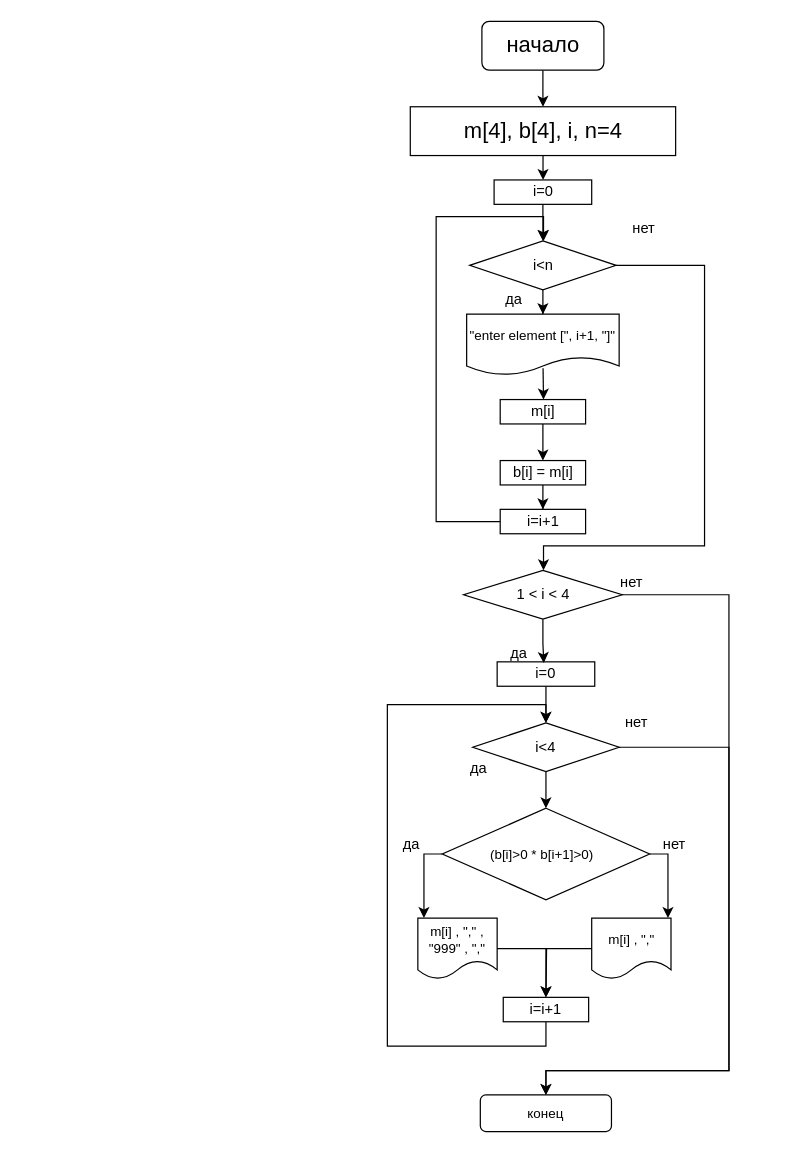
klep1koff/lifeishard keeps this draw.io diagram as 4/4.2.drawio. Above is the earlier version. Source tidied: cells renumbered, new cells numbered last; positions are measured from the earlier drawing's top-left corner, leaving out a move shared by most shapes. Both pictures are drawn from the tidied source at 122%, with x=0, y=0 at pixel (375, 21).
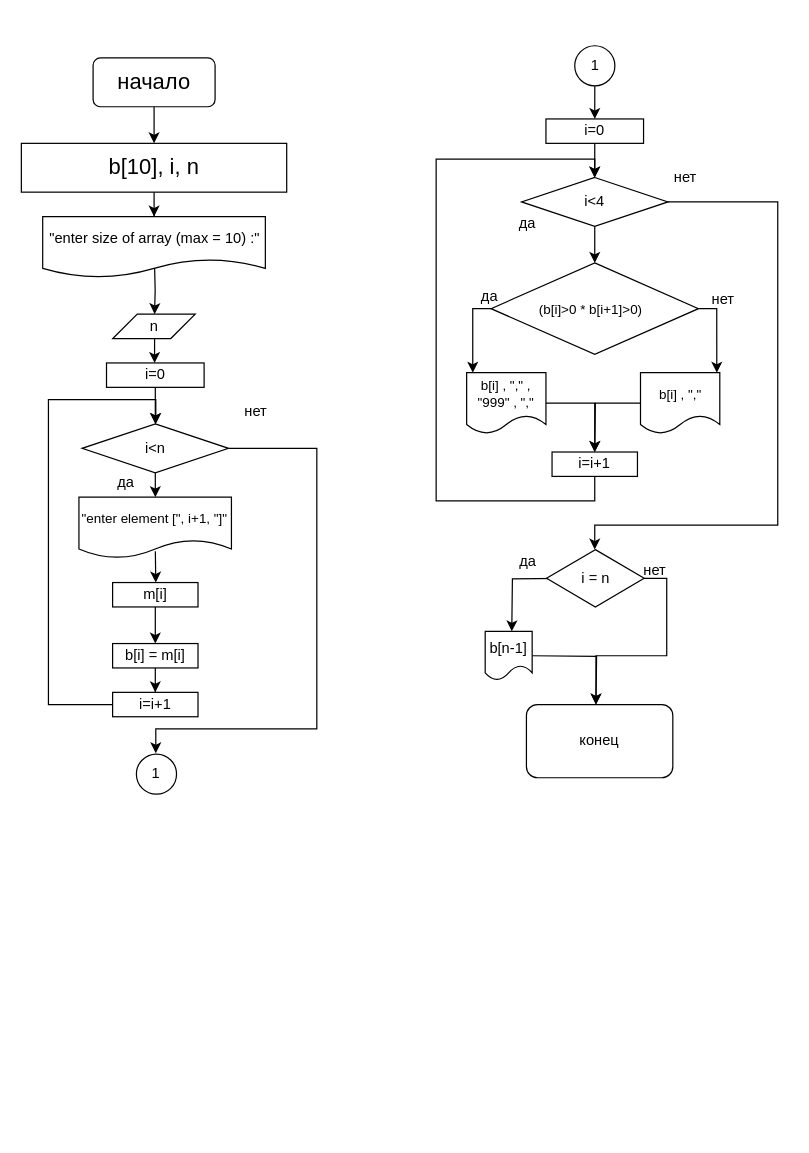
Above is the later version.

Change to the diagram source:
```diff
@@
     <mxCell id="3" value="&lt;font style=&quot;font-size: 18px&quot;&gt;начало&lt;/font&gt;" style="rounded=1;whiteSpace=wrap;html=1;" parent="1" vertex="1">
-      <mxGeometry x="87.5" width="100" height="40" as="geometry" />
+      <mxGeometry x="-231.2" y="30" width="100" height="40" as="geometry" />
     </mxCell>
-    <mxCell id="4" style="edgeStyle=orthogonalEdgeStyle;rounded=0;jettySize=auto;html=1;entryX=0.5;entryY=0;entryDx=0;entryDy=0;" parent="1" edge="1" source="5" target="26">
-      <mxGeometry relative="1" as="geometry" />
-    </mxCell>
+    <mxCell id="45" style="edgeStyle=orthogonalEdgeStyle;rounded=0;jettySize=auto;html=1;" parent="1" edge="1" source="5" target="47">
+      <mxGeometry relative="1" as="geometry" />
+    </mxCell>
-    <mxCell id="5" value="m[4], b[4], i, n=4" style="rounded=0;whiteSpace=wrap;html=1;fontSize=18;" parent="1" vertex="1">
-      <mxGeometry x="28.8" y="70" width="217.5" height="40" as="geometry" />
+    <mxCell id="5" value="b[10], i, n" style="rounded=0;whiteSpace=wrap;html=1;fontSize=18;" parent="1" vertex="1">
+      <mxGeometry x="-290" y="100" width="217.5" height="40" as="geometry" />
     </mxCell>
@@
     <mxCell id="7" value="i=0" style="whiteSpace=wrap;html=1;rounded=0;" parent="1" vertex="1">
-      <mxGeometry x="100" y="525" width="80" height="20" as="geometry" />
+      <mxGeometry x="140" y="80" width="80" height="20" as="geometry" />
     </mxCell>
@@
-    <mxCell id="9" style="edgeStyle=orthogonalEdgeStyle;rounded=0;jettySize=auto;html=1;entryX=0.5;entryY=0;entryDx=0;entryDy=0;" parent="1" edge="1" source="10" target="24">
+    <mxCell id="9" style="edgeStyle=orthogonalEdgeStyle;rounded=0;jettySize=auto;html=1;entryX=0.5;entryY=0;entryDx=0;entryDy=0;" parent="1" edge="1" source="10">
       <mxGeometry relative="1" as="geometry">
+        <mxPoint x="180" y="433" as="targetPoint" />
         <Array as="points">
-          <mxPoint x="290" y="595" />
-          <mxPoint x="290" y="860" />
-          <mxPoint x="140" y="860" />
+          <mxPoint x="330" y="148" />
+          <mxPoint x="330" y="413" />
+          <mxPoint x="180" y="413" />
         </Array>
       </mxGeometry>
     </mxCell>
     <mxCell id="10" value="i&amp;lt;4" style="rhombus;whiteSpace=wrap;html=1;rounded=0;" parent="1" vertex="1">
-      <mxGeometry x="80" y="575" width="120" height="40" as="geometry" />
+      <mxGeometry x="120" y="128" width="120" height="40" as="geometry" />
     </mxCell>
     <mxCell id="11" value="да" style="text;html=1;strokeColor=none;fillColor=none;align=center;verticalAlign=middle;whiteSpace=wrap;rounded=0;" parent="1" vertex="1">
-      <mxGeometry x="55" y="605" width="60" height="15" as="geometry" />
+      <mxGeometry x="95" y="158" width="60" height="15" as="geometry" />
     </mxCell>
     <mxCell id="12" value="нет" style="text;html=1;align=center;verticalAlign=middle;strokeColor=none;fillColor=none;" parent="1" vertex="1">
-      <mxGeometry x="193.8" y="565" width="40" height="20" as="geometry" />
+      <mxGeometry x="233.8" y="118" width="40" height="20" as="geometry" />
     </mxCell>
     <mxCell id="13" style="edgeStyle=orthogonalEdgeStyle;rounded=0;jettySize=auto;html=1;" parent="1" edge="1" source="14" target="10">
       <mxGeometry relative="1" as="geometry">
         <Array as="points">
-          <mxPoint x="140" y="840" />
-          <mxPoint x="10" y="840" />
-          <mxPoint x="10" y="560" />
-          <mxPoint x="140" y="560" />
+          <mxPoint x="180" y="393" />
+          <mxPoint x="50" y="393" />
+          <mxPoint x="50" y="113" />
+          <mxPoint x="180" y="113" />
         </Array>
       </mxGeometry>
     </mxCell>
     <mxCell id="14" value="i=i+1" style="rounded=0;whiteSpace=wrap;html=1;" parent="1" vertex="1">
-      <mxGeometry x="105" y="800" width="70" height="20" as="geometry" />
+      <mxGeometry x="145" y="353" width="70" height="20" as="geometry" />
     </mxCell>
     <mxCell id="15" style="edgeStyle=orthogonalEdgeStyle;rounded=0;jettySize=auto;html=1;fontSize=11;fontColor=#000000;" parent="1" edge="1" source="17">
       <mxGeometry relative="1" as="geometry">
-        <mxPoint x="40" y="735" as="targetPoint" />
+        <mxPoint x="80" y="288" as="targetPoint" />
         <Array as="points">
-          <mxPoint x="40" y="683" />
+          <mxPoint x="80" y="236" />
         </Array>
       </mxGeometry>
     </mxCell>
     <mxCell id="16" style="edgeStyle=orthogonalEdgeStyle;rounded=0;jettySize=auto;html=1;fontSize=11;fontColor=#000000;entryX=0.962;entryY=0;entryDx=0;entryDy=0;entryPerimeter=0;" parent="1" edge="1" source="17" target="21">
       <mxGeometry relative="1" as="geometry">
         <Array as="points">
-          <mxPoint x="240" y="683" />
+          <mxPoint x="280" y="236" />
         </Array>
       </mxGeometry>
     </mxCell>
     <mxCell id="17" value="&lt;font style=&quot;font-size: 11px&quot;&gt;(b[i]&amp;gt;0 * b[i+1]&amp;gt;0)&amp;nbsp;&amp;nbsp;&lt;/font&gt;" style="rhombus;whiteSpace=wrap;html=1;labelBackgroundColor=none;fontSize=12;fontColor=#000000;fillColor=none;" parent="1" vertex="1">
-      <mxGeometry x="55" y="645" width="170" height="75" as="geometry" />
+      <mxGeometry x="95" y="198" width="170" height="75" as="geometry" />
     </mxCell>
@@
-    <mxCell id="19" value="m[i] , &quot;,&quot; , &quot;999&quot; , &quot;,&quot;" style="shape=document;whiteSpace=wrap;html=1;boundedLbl=1;labelBackgroundColor=none;fontSize=11;fontColor=#000000;fillColor=none;" parent="1" vertex="1">
-      <mxGeometry x="35" y="735" width="65" height="50" as="geometry" />
+    <mxCell id="19" value="b[i] , &quot;,&quot; , &quot;999&quot; , &quot;,&quot;" style="shape=document;whiteSpace=wrap;html=1;boundedLbl=1;labelBackgroundColor=none;fontSize=11;fontColor=#000000;fillColor=none;" parent="1" vertex="1">
+      <mxGeometry x="75" y="288" width="65" height="50" as="geometry" />
     </mxCell>
     <mxCell id="20" style="edgeStyle=orthogonalEdgeStyle;rounded=0;jettySize=auto;html=1;" parent="1" edge="1" source="21">
       <mxGeometry relative="1" as="geometry">
-        <mxPoint x="140" y="800" as="targetPoint" />
+        <mxPoint x="180" y="353" as="targetPoint" />
       </mxGeometry>
     </mxCell>
-    <mxCell id="21" value="&lt;span&gt;m[i] , &quot;,&quot;&lt;/span&gt;" style="shape=document;whiteSpace=wrap;html=1;boundedLbl=1;labelBackgroundColor=none;fontSize=11;fontColor=#000000;fillColor=none;" parent="1" vertex="1">
-      <mxGeometry x="177.5" y="735" width="65" height="50" as="geometry" />
+    <mxCell id="21" value="&lt;span&gt;b[i] , &quot;,&quot;&lt;/span&gt;" style="shape=document;whiteSpace=wrap;html=1;boundedLbl=1;labelBackgroundColor=none;fontSize=11;fontColor=#000000;fillColor=none;" parent="1" vertex="1">
+      <mxGeometry x="217.5" y="288" width="65" height="50" as="geometry" />
     </mxCell>
-    <mxCell id="22" value="да" style="text;html=1;strokeColor=none;fillColor=none;align=center;verticalAlign=middle;whiteSpace=wrap;rounded=0;" parent="1" vertex="1">
-      <mxGeometry y="667.5" width="60" height="15" as="geometry" />
-    </mxCell>
     <mxCell id="23" value="нет" style="text;html=1;align=center;verticalAlign=middle;strokeColor=none;fillColor=none;" parent="1" vertex="1">
-      <mxGeometry x="225" y="665" width="40" height="20" as="geometry" />
+      <mxGeometry x="265" y="218" width="40" height="20" as="geometry" />
     </mxCell>
-    <mxCell id="24" value="конец" style="rounded=1;whiteSpace=wrap;html=1;labelBackgroundColor=none;fontSize=11;fontColor=#000000;fillColor=none;" parent="1" vertex="1">
-      <mxGeometry x="86.2" y="880" width="107.5" height="30" as="geometry" />
-    </mxCell>
@@
     <mxCell id="26" value="i=0" style="whiteSpace=wrap;html=1;rounded=0;" parent="1" vertex="1">
-      <mxGeometry x="97.5" y="130" width="80" height="20" as="geometry" />
+      <mxGeometry x="-220.2" y="280" width="80" height="20" as="geometry" />
     </mxCell>
@@
     <mxCell id="28" style="edgeStyle=orthogonalEdgeStyle;rounded=0;jettySize=auto;html=1;" parent="1" edge="1" source="29">
       <mxGeometry relative="1" as="geometry">
-        <mxPoint x="138" y="450" as="targetPoint" />
+        <mxPoint x="-179.8" y="600" as="targetPoint" />
         <Array as="points">
-          <mxPoint x="270" y="200" />
-          <mxPoint x="270" y="430" />
-          <mxPoint x="138" y="430" />
+          <mxPoint x="-47.8" y="350" />
+          <mxPoint x="-47.8" y="580" />
+          <mxPoint x="-179.8" y="580" />
         </Array>
       </mxGeometry>
     </mxCell>
     <mxCell id="29" value="i&amp;lt;n" style="rhombus;whiteSpace=wrap;html=1;rounded=0;" parent="1" vertex="1">
-      <mxGeometry x="77.5" y="180" width="120" height="40" as="geometry" />
+      <mxGeometry x="-240.2" y="330" width="120" height="40" as="geometry" />
     </mxCell>
     <mxCell id="30" style="edgeStyle=orthogonalEdgeStyle;rounded=0;jettySize=auto;html=1;exitX=0.501;exitY=0.885;exitDx=0;exitDy=0;exitPerimeter=0;" parent="1" edge="1" source="31">
       <mxGeometry relative="1" as="geometry">
-        <mxPoint x="138" y="310" as="targetPoint" />
+        <mxPoint x="-179.8" y="460" as="targetPoint" />
       </mxGeometry>
     </mxCell>
     <mxCell id="31" value="&quot;enter element [&quot;, i+1, &quot;]&quot;" style="shape=document;whiteSpace=wrap;html=1;boundedLbl=1;labelBackgroundColor=none;fontSize=11;fontColor=#000000;fillColor=none;" parent="1" vertex="1">
-      <mxGeometry x="75" y="240" width="125" height="50" as="geometry" />
+      <mxGeometry x="-242.8" y="390" width="125" height="50" as="geometry" />
     </mxCell>
     <mxCell id="32" style="edgeStyle=orthogonalEdgeStyle;rounded=0;jettySize=auto;html=1;" parent="1" edge="1" source="33">
       <mxGeometry relative="1" as="geometry">
-        <mxPoint x="138" y="180" as="targetPoint" />
+        <mxPoint x="-179.8" y="330" as="targetPoint" />
         <Array as="points">
-          <mxPoint x="50" y="410" />
-          <mxPoint x="50" y="160" />
-          <mxPoint x="138" y="160" />
+          <mxPoint x="-267.8" y="560" />
+          <mxPoint x="-267.8" y="310" />
+          <mxPoint x="-179.8" y="310" />
         </Array>
       </mxGeometry>
     </mxCell>
     <mxCell id="33" value="i=i+1" style="rounded=0;whiteSpace=wrap;html=1;" parent="1" vertex="1">
-      <mxGeometry x="102.5" y="400" width="70" height="20" as="geometry" />
+      <mxGeometry x="-215.2" y="550" width="70" height="20" as="geometry" />
     </mxCell>
@@
     <mxCell id="35" value="m[i]" style="rounded=0;whiteSpace=wrap;html=1;" parent="1" vertex="1">
-      <mxGeometry x="102.5" y="310" width="70" height="20" as="geometry" />
+      <mxGeometry x="-215.2" y="460" width="70" height="20" as="geometry" />
     </mxCell>
@@
     <mxCell id="37" value="b[i] = m[i]" style="rounded=0;whiteSpace=wrap;html=1;" parent="1" vertex="1">
-      <mxGeometry x="102.5" y="360" width="70" height="20" as="geometry" />
+      <mxGeometry x="-215.2" y="510" width="70" height="20" as="geometry" />
     </mxCell>
     <mxCell id="38" value="да" style="text;html=1;strokeColor=none;fillColor=none;align=center;verticalAlign=middle;whiteSpace=wrap;rounded=0;" parent="1" vertex="1">
-      <mxGeometry x="83.8" y="220" width="60" height="15" as="geometry" />
+      <mxGeometry x="-234" y="370" width="60" height="15" as="geometry" />
     </mxCell>
     <mxCell id="39" value="нет" style="text;html=1;align=center;verticalAlign=middle;strokeColor=none;fillColor=none;" parent="1" vertex="1">
-      <mxGeometry x="200" y="160" width="40" height="20" as="geometry" />
+      <mxGeometry x="-117.8" y="310" width="40" height="20" as="geometry" />
     </mxCell>
-    <mxCell id="40" style="edgeStyle=orthogonalEdgeStyle;rounded=0;jettySize=auto;html=1;entryX=0.478;entryY=0.048;entryDx=0;entryDy=0;entryPerimeter=0;" parent="1" edge="1" source="42" target="7">
-      <mxGeometry relative="1" as="geometry" />
-    </mxCell>
-    <mxCell id="41" style="edgeStyle=orthogonalEdgeStyle;rounded=0;jettySize=auto;html=1;entryX=0.5;entryY=0;entryDx=0;entryDy=0;" parent="1" edge="1" source="42" target="24">
-      <mxGeometry relative="1" as="geometry">
-        <Array as="points">
-          <mxPoint x="290" y="470" />
-          <mxPoint x="290" y="860" />
-          <mxPoint x="140" y="860" />
-        </Array>
-      </mxGeometry>
-    </mxCell>
-    <mxCell id="42" value="&lt;span&gt;1 &amp;lt; i &amp;lt; 4&lt;/span&gt;" style="rhombus;whiteSpace=wrap;html=1;" parent="1" vertex="1">
-      <mxGeometry x="72.5" y="450" width="130" height="40" as="geometry" />
-    </mxCell>
-    <mxCell id="43" value="да" style="text;html=1;strokeColor=none;fillColor=none;align=center;verticalAlign=middle;whiteSpace=wrap;rounded=0;" parent="1" vertex="1">
-      <mxGeometry x="87.5" y="510" width="60" height="15" as="geometry" />
-    </mxCell>
+    <mxCell id="46" style="edgeStyle=orthogonalEdgeStyle;rounded=0;orthogonalLoop=1;jettySize=auto;html=1;" parent="1" edge="1">
+      <mxGeometry relative="1" as="geometry">
+        <mxPoint x="-180.8" y="200" as="sourcePoint" />
+        <mxPoint x="-180.8" y="240" as="targetPoint" />
+      </mxGeometry>
+    </mxCell>
+    <mxCell id="47" value="&quot;enter size of array (max = 10) :&quot;" style="shape=document;whiteSpace=wrap;html=1;boundedLbl=1;" parent="1" vertex="1">
+      <mxGeometry x="-272.5" y="160" width="182.5" height="50" as="geometry" />
+    </mxCell>
+    <mxCell id="48" style="edgeStyle=orthogonalEdgeStyle;rounded=0;jettySize=auto;html=1;" parent="1" edge="1" source="49">
+      <mxGeometry relative="1" as="geometry">
+        <mxPoint x="-180.8" y="280" as="targetPoint" />
+        <Array as="points">
+          <mxPoint x="-180.8" y="280" />
+        </Array>
+      </mxGeometry>
+    </mxCell>
+    <mxCell id="49" value="n" style="shape=parallelogram;perimeter=parallelogramPerimeter;whiteSpace=wrap;html=1;fixedSize=1;" parent="1" vertex="1">
+      <mxGeometry x="-215" y="240" width="67.5" height="20" as="geometry" />
+    </mxCell>
+    <mxCell id="50" style="edgeStyle=orthogonalEdgeStyle;rounded=0;orthogonalLoop=1;jettySize=auto;html=1;" parent="1" edge="1">
+      <mxGeometry relative="1" as="geometry">
+        <mxPoint x="153.5" y="456.5" as="sourcePoint" />
+        <mxPoint x="112" y="500" as="targetPoint" />
+      </mxGeometry>
+    </mxCell>
+    <mxCell id="51" style="edgeStyle=orthogonalEdgeStyle;rounded=0;jettySize=auto;html=1;" parent="1" edge="1" source="52">
+      <mxGeometry relative="1" as="geometry">
+        <mxPoint x="181" y="560" as="targetPoint" />
+        <Array as="points">
+          <mxPoint x="239" y="457" />
+          <mxPoint x="239" y="520" />
+          <mxPoint x="181" y="520" />
+        </Array>
+      </mxGeometry>
+    </mxCell>
+    <mxCell id="52" value="i = n" style="rhombus;whiteSpace=wrap;html=1;" parent="1" vertex="1">
+      <mxGeometry x="140.5" y="433" width="80" height="47" as="geometry" />
+    </mxCell>
+    <mxCell id="53" style="edgeStyle=orthogonalEdgeStyle;rounded=0;orthogonalLoop=1;jettySize=auto;html=1;" parent="1" edge="1">
+      <mxGeometry relative="1" as="geometry">
+        <mxPoint x="128.8" y="520" as="sourcePoint" />
+        <mxPoint x="181" y="560" as="targetPoint" />
+      </mxGeometry>
+    </mxCell>
+    <mxCell id="54" value="b[n-1]" style="shape=document;whiteSpace=wrap;html=1;boundedLbl=1;" parent="1" vertex="1">
+      <mxGeometry x="90.2" y="500" width="38.5" height="40" as="geometry" />
+    </mxCell>
+    <mxCell id="55" value="да" style="text;html=1;align=center;verticalAlign=middle;strokeColor=none;fillColor=none;" parent="1" vertex="1">
+      <mxGeometry x="110" y="433" width="30" height="20" as="geometry" />
+    </mxCell>
     <mxCell id="44" value="нет" style="text;html=1;align=center;verticalAlign=middle;strokeColor=none;fillColor=none;" parent="1" vertex="1">
-      <mxGeometry x="190" y="450" width="40" height="20" as="geometry" />
+      <mxGeometry x="214" y="440" width="30" height="20" as="geometry" />
     </mxCell>
+    <mxCell id="24" value="конец" style="rounded=1;whiteSpace=wrap;html=1;" parent="1" vertex="1">
+      <mxGeometry x="124" y="560" width="120" height="60" as="geometry" />
+    </mxCell>
+    <mxCell id="56" value="1" style="ellipse;whiteSpace=wrap;html=1;" parent="1" vertex="1">
+      <mxGeometry x="-195.7" y="600.6" width="32.9" height="32.9" as="geometry" />
+    </mxCell>
+    <mxCell id="57" value="да" style="text;html=1;strokeColor=none;fillColor=none;align=center;verticalAlign=middle;whiteSpace=wrap;rounded=0;" parent="1" vertex="1">
+      <mxGeometry x="64" y="218" width="60" height="15" as="geometry" />
+    </mxCell>
+    <mxCell id="58" style="edgeStyle=orthogonalEdgeStyle;rounded=0;jettySize=auto;html=1;entryX=0.5;entryY=0;entryDx=0;entryDy=0;" parent="1" edge="1" source="59" target="7">
+      <mxGeometry relative="1" as="geometry" />
+    </mxCell>
+    <mxCell id="59" value="1" style="ellipse;whiteSpace=wrap;html=1;" parent="1" vertex="1">
+      <mxGeometry x="163.6" y="20" width="32.9" height="32.9" as="geometry" />
+    </mxCell>
```
